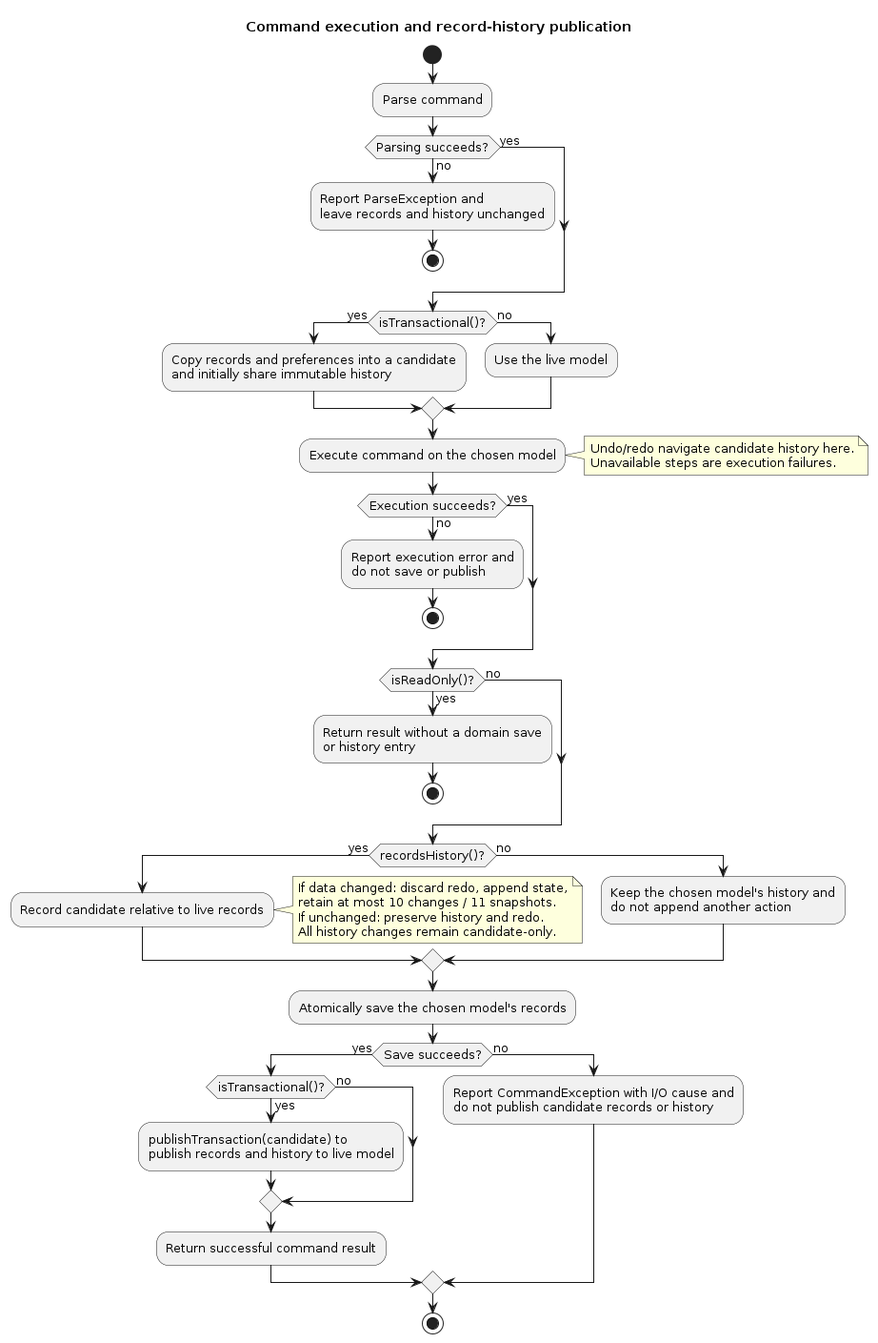
Above: diagrams/CommitActivityDiagram.png in AY2627S1-CS2103T-F15-2/tp (PlantUML), before the change. Its source is kept beside it as diagrams/CommitActivityDiagram.puml.
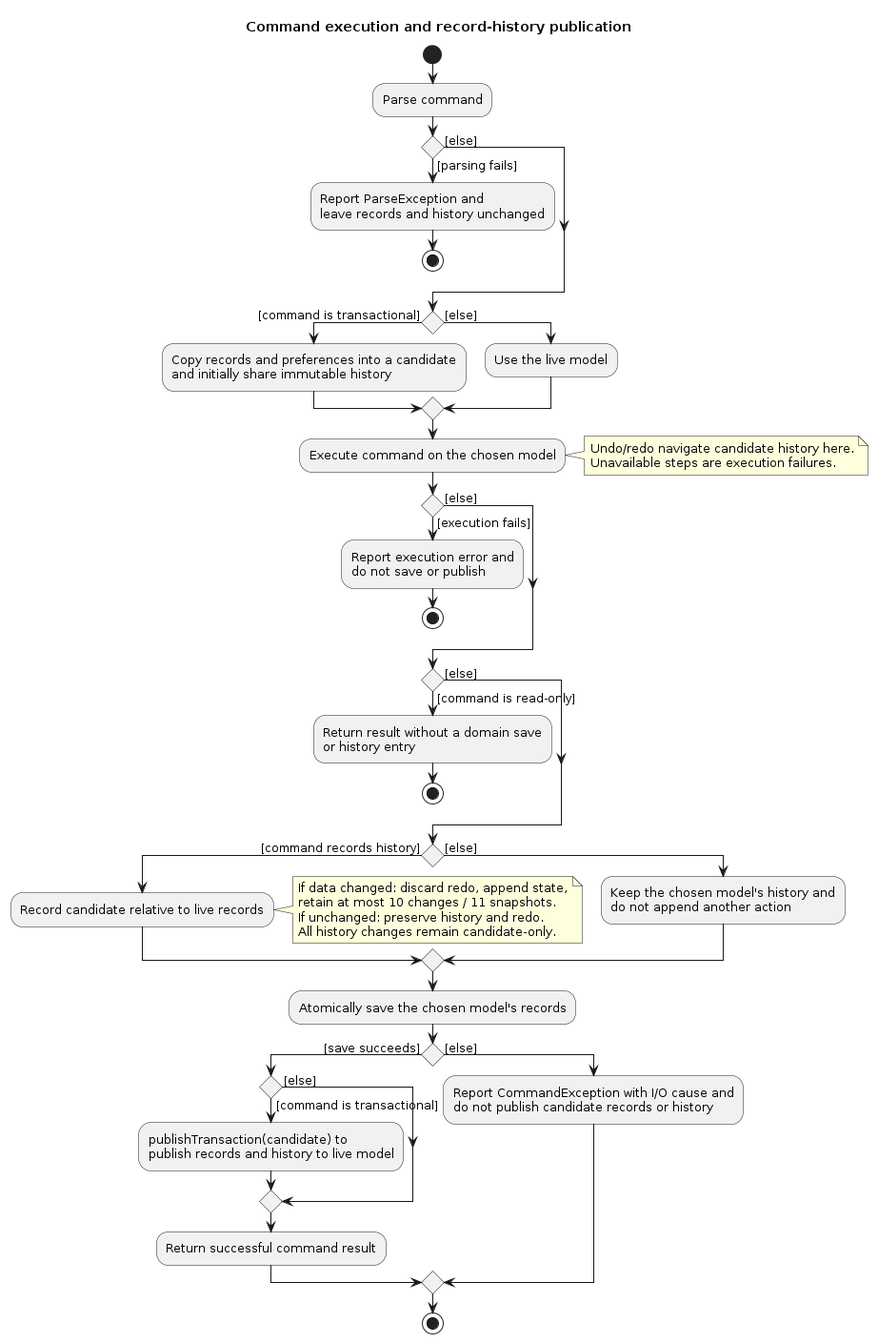
The same diagram one commit later.

The edit, as a diff of the source:
```diff
@@ -7,15 +7,15 @@
 title Command execution and record-history publication
 start
 :Parse command;
-if (Parsing succeeds?) then (yes)
-else (no)
+if () then ([parsing fails])
   :Report ParseException and
 leave records and history unchanged;
   stop
+else ([else])
 endif
-if (isTransactional()?) then (yes)
+if () then ([command is transactional])
   :Copy records and preferences into a candidate\nand initially share immutable history;
-else (no)
+else ([else])
   :Use the live model;
 endif
 :Execute command on the chosen model;
@@ -23,19 +23,19 @@
   Undo/redo navigate candidate history here.
   Unavailable steps are execution failures.
 end note
-if (Execution succeeds?) then (yes)
-else (no)
+if () then ([execution fails])
   :Report execution error and
 do not save or publish;
   stop
+else ([else])
 endif
-if (isReadOnly()?) then (yes)
+if () then ([command is read-only])
   :Return result without a domain save
 or history entry;
   stop
-else (no)
+else ([else])
 endif
-if (recordsHistory()?) then (yes)
+if () then ([command records history])
   :Record candidate relative to live records;
   note right
     If data changed: discard redo, append state,
@@ -43,19 +43,19 @@
     If unchanged: preserve history and redo.
     All history changes remain candidate-only.
   end note
-else (no)
+else ([else])
   :Keep the chosen model's history and
 do not append another action;
 endif
 :Atomically save the chosen model's records;
-if (Save succeeds?) then (yes)
-  if (isTransactional()?) then (yes)
+if () then ([save succeeds])
+  if () then ([command is transactional])
     :publishTransaction(candidate) to
 publish records and history to live model;
-  else (no)
+  else ([else])
   endif
   :Return successful command result;
-else (no)
+else ([else])
   :Report CommandException with I/O cause and
 do not publish candidate records or history;
 endif
```
